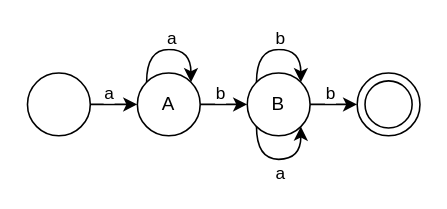
Above: page "overlap" (3 of 6) of whyIntervalEvent.drawio in LiLiJacky/graphData (draw.io), before the change. Source tidied: cells renumbered, new cells numbered last; positions are measured from the earlier drawing's top-left corner, leaving out a move shared by most shapes. Both pictures are drawn from the tidied source at 157%, with x=0, y=0 at pixel (27, 49).
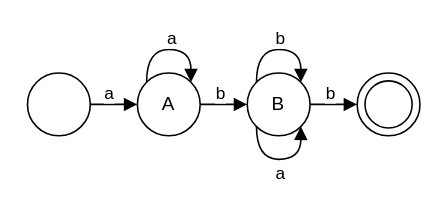
Above is the later version.

The change refers to these unchanged cells:
```xml
<mxCell id="4" style="ellipse;whiteSpace=wrap;html=1;" parent="1" vertex="1">
  <mxGeometry y="15" width="40" height="40" as="geometry" />
</mxCell>
<mxCell id="7" value="A" style="ellipse;whiteSpace=wrap;html=1;" parent="1" vertex="1">
  <mxGeometry x="70" y="15" width="40" height="40" as="geometry" />
</mxCell>
<mxCell id="10" value="B" style="ellipse;whiteSpace=wrap;html=1;" parent="1" vertex="1">
  <mxGeometry x="140" y="15" width="40" height="40" as="geometry" />
</mxCell>
<mxCell id="11" style="ellipse;whiteSpace=wrap;html=1;" parent="1" vertex="1">
  <mxGeometry x="210" y="15" width="40" height="40" as="geometry" />
</mxCell>
```

Change to the diagram source:
```diff
@@
-    <mxCell id="2" style="edgeStyle=orthogonalEdgeStyle;rounded=0;jettySize=auto;html=1;entryX=0;entryY=0.5;entryDx=0;entryDy=0;" parent="1" edge="1" source="4" target="7">
+    <mxCell id="2" style="edgeStyle=orthogonalEdgeStyle;rounded=0;jettySize=auto;html=1;entryX=0;entryY=0.5;entryDx=0;entryDy=0;endArrow=block;endFill=1;" parent="1" edge="1" source="4" target="7">
       <mxGeometry relative="1" as="geometry" />
     </mxCell>
@@
-    <mxCell id="5" style="edgeStyle=orthogonalEdgeStyle;rounded=0;jettySize=auto;html=1;entryX=0;entryY=0.5;entryDx=0;entryDy=0;" parent="1" edge="1" source="7" target="10">
+    <mxCell id="5" style="edgeStyle=orthogonalEdgeStyle;rounded=0;jettySize=auto;html=1;entryX=0;entryY=0.5;entryDx=0;entryDy=0;endArrow=block;endFill=1;" parent="1" edge="1" source="7" target="10">
       <mxGeometry relative="1" as="geometry" />
     </mxCell>
@@
-    <mxCell id="8" style="edgeStyle=orthogonalEdgeStyle;rounded=0;jettySize=auto;html=1;entryX=0;entryY=0.5;entryDx=0;entryDy=0;" parent="1" edge="1" source="10" target="11">
+    <mxCell id="8" style="edgeStyle=orthogonalEdgeStyle;rounded=0;jettySize=auto;html=1;entryX=0;entryY=0.5;entryDx=0;entryDy=0;endArrow=block;endFill=1;" parent="1" edge="1" source="10" target="11">
       <mxGeometry relative="1" as="geometry" />
     </mxCell>
@@
-    <mxCell id="13" style="edgeStyle=orthogonalEdgeStyle;rounded=0;orthogonalLoop=1;jettySize=auto;html=1;exitX=0;exitY=0;exitDx=0;exitDy=0;entryX=1;entryY=0;entryDx=0;entryDy=0;curved=1;" parent="1" edge="1" source="7" target="7">
+    <mxCell id="13" style="edgeStyle=orthogonalEdgeStyle;rounded=0;orthogonalLoop=1;jettySize=auto;html=1;exitX=0;exitY=0;exitDx=0;exitDy=0;entryX=1;entryY=0;entryDx=0;entryDy=0;curved=1;endArrow=block;endFill=1;" parent="1" edge="1" source="7" target="7">
       <mxGeometry relative="1" as="geometry">
         <Array as="points">
           <mxPoint x="76" />
           <mxPoint x="104" />
         </Array>
       </mxGeometry>
     </mxCell>
@@
-    <mxCell id="15" style="edgeStyle=orthogonalEdgeStyle;rounded=0;orthogonalLoop=1;jettySize=auto;html=1;exitX=0;exitY=0;exitDx=0;exitDy=0;entryX=1;entryY=0;entryDx=0;entryDy=0;curved=1;" parent="1" edge="1" source="10" target="10">
+    <mxCell id="15" style="edgeStyle=orthogonalEdgeStyle;rounded=0;orthogonalLoop=1;jettySize=auto;html=1;exitX=0;exitY=0;exitDx=0;exitDy=0;entryX=1;entryY=0;entryDx=0;entryDy=0;curved=1;endArrow=block;endFill=1;" parent="1" edge="1" source="10" target="10">
       <mxGeometry relative="1" as="geometry">
         <Array as="points">
           <mxPoint x="146" />
           <mxPoint x="174" />
         </Array>
       </mxGeometry>
     </mxCell>
@@
-    <mxCell id="17" style="edgeStyle=orthogonalEdgeStyle;rounded=0;orthogonalLoop=1;jettySize=auto;html=1;exitX=0;exitY=1;exitDx=0;exitDy=0;entryX=1;entryY=1;entryDx=0;entryDy=0;curved=1;" parent="1" edge="1" source="10" target="10">
+    <mxCell id="17" style="edgeStyle=orthogonalEdgeStyle;rounded=0;orthogonalLoop=1;jettySize=auto;html=1;exitX=0;exitY=1;exitDx=0;exitDy=0;entryX=1;entryY=1;entryDx=0;entryDy=0;curved=1;endArrow=block;endFill=1;" parent="1" edge="1" source="10" target="10">
       <mxGeometry relative="1" as="geometry">
         <Array as="points">
           <mxPoint x="146" y="70" />
           <mxPoint x="174" y="70" />
         </Array>
       </mxGeometry>
     </mxCell>
```
